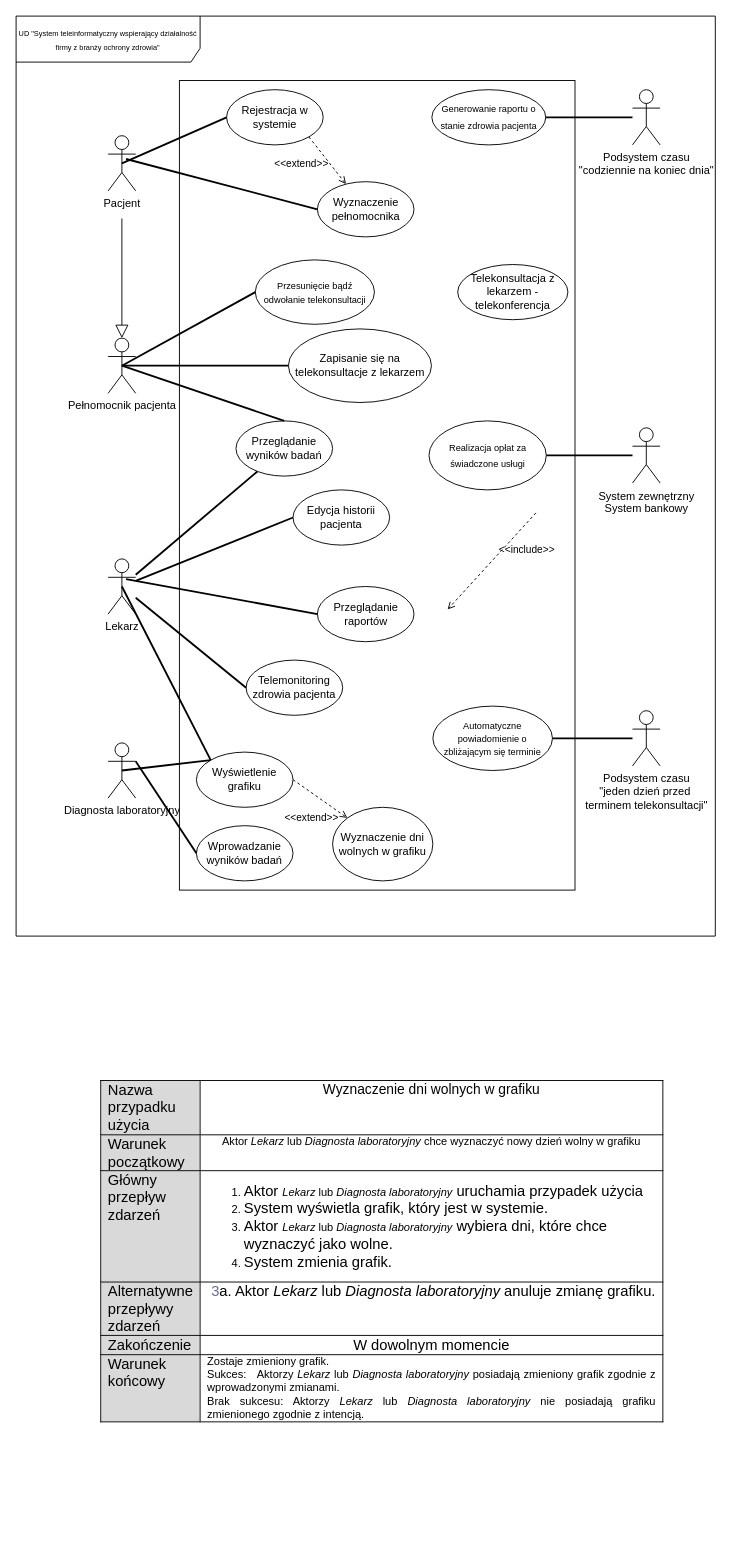
Earlier version of the draw.io diagram du_mateusz_nowacki_z1_2024.drawio (mateusz-nowacki/uml-projects). Source tidied: cells renumbered, new cells numbered last; positions are measured from the earlier drawing's top-left corner, leaving out a move shared by most shapes. Both pictures are drawn from the tidied source at 92%, with x=0, y=0 at pixel (16, 16).
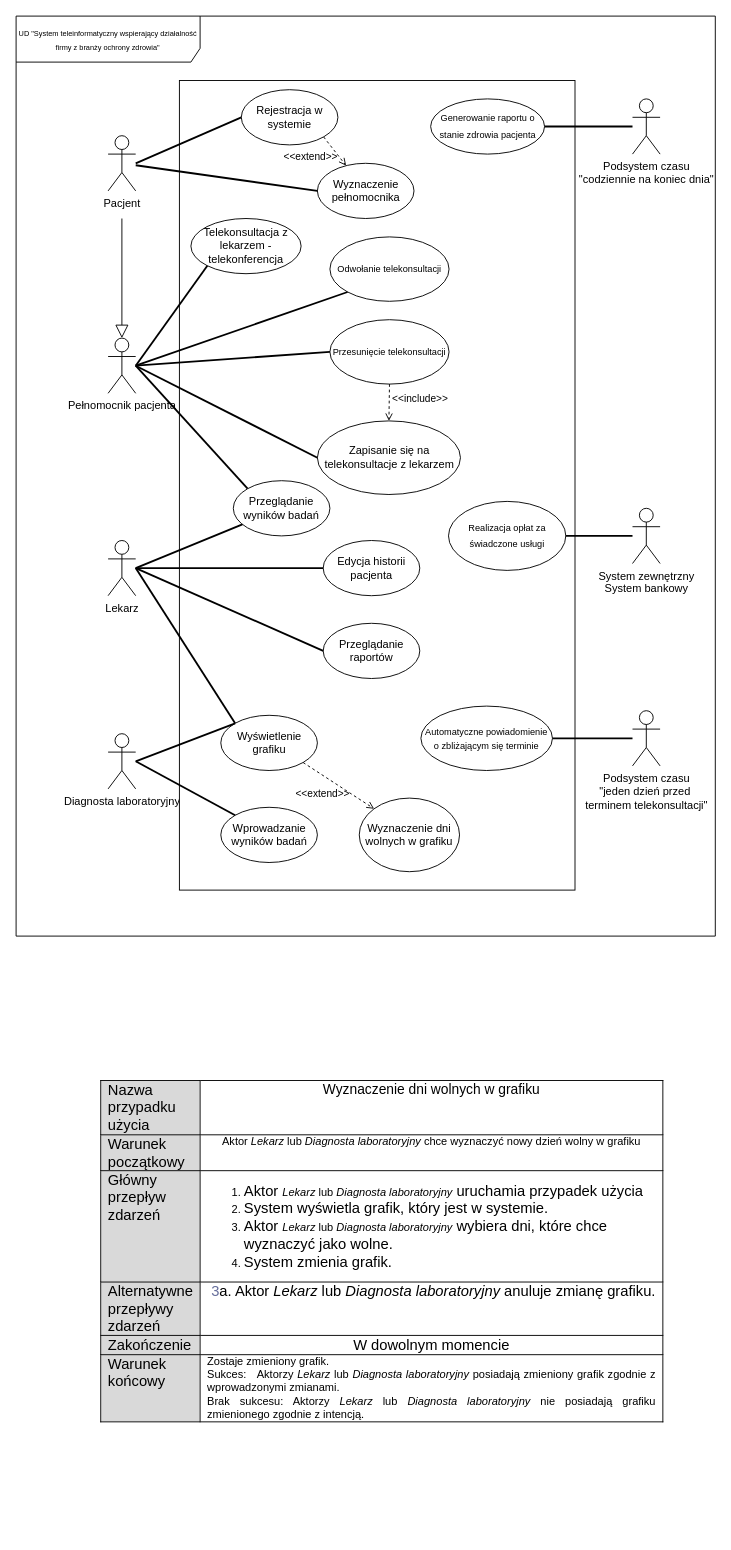
The same page after the edit.

Unchanged cells that the change refers to:
```xml
<mxCell id="2" value="&lt;font style=&quot;font-size: 8px;&quot;&gt;UD &quot;System teleinformatyczny wspierający działalność firmy z branży ochrony zdrowia&quot;&lt;/font&gt;" style="shape=umlFrame;whiteSpace=wrap;html=1;width=200;height=50;align=center;" parent="1" vertex="1">
  <mxGeometry width="760" height="1000" as="geometry" />
</mxCell>
<mxCell id="3" value="Pełnomocnik pacjenta" style="shape=umlActor;verticalLabelPosition=bottom;verticalAlign=top;html=1;" parent="2" vertex="1">
  <mxGeometry x="100" y="350" width="30" height="60" as="geometry" />
</mxCell>
<mxCell id="8" value="Pacjent" style="shape=umlActor;verticalLabelPosition=bottom;verticalAlign=top;html=1;" parent="2" vertex="1">
  <mxGeometry x="100" y="130" width="30" height="60" as="geometry" />
</mxCell>
```

The edit, as a diff of the source:
```diff
@@
     <mxCell id="4" value="Lekarz" style="shape=umlActor;verticalLabelPosition=bottom;verticalAlign=top;html=1;" parent="2" vertex="1">
-      <mxGeometry x="100" y="590" width="30" height="60" as="geometry" />
+      <mxGeometry x="100" y="570" width="30" height="60" as="geometry" />
     </mxCell>
     <mxCell id="5" value="System zewnętrzny&lt;br&gt;System bankowy" style="shape=umlActor;verticalLabelPosition=bottom;verticalAlign=top;html=1;" parent="2" vertex="1">
-      <mxGeometry x="670" y="447.5" width="30" height="60" as="geometry" />
+      <mxGeometry x="670" y="535" width="30" height="60" as="geometry" />
     </mxCell>
@@
     <mxCell id="7" value="Diagnosta laboratoryjny" style="shape=umlActor;verticalLabelPosition=bottom;verticalAlign=top;html=1;" parent="2" vertex="1">
-      <mxGeometry x="100" y="790" width="30" height="60" as="geometry" />
+      <mxGeometry x="100" y="780" width="30" height="60" as="geometry" />
     </mxCell>
@@
     <mxCell id="10" value="&lt;font size=&quot;1&quot;&gt;Automatyczne powiadomienie o zbliżającym się terminie&lt;/font&gt;" style="ellipse;whiteSpace=wrap;html=1;" parent="2" vertex="1">
-      <mxGeometry x="453" y="750" width="130" height="70" as="geometry" />
+      <mxGeometry x="440" y="750" width="143" height="70" as="geometry" />
     </mxCell>
@@
-    <mxCell id="12" value="Telemonitoring zdrowia pacjenta" style="ellipse;whiteSpace=wrap;html=1;" parent="2" vertex="1">
-      <mxGeometry x="250" y="700" width="105" height="60" as="geometry" />
-    </mxCell>
     <mxCell id="13" value="Wprowadzanie wyników badań" style="ellipse;whiteSpace=wrap;html=1;" parent="2" vertex="1">
-      <mxGeometry x="196" y="880" width="105" height="60" as="geometry" />
+      <mxGeometry x="222.5" y="860" width="105" height="60" as="geometry" />
     </mxCell>
     <mxCell id="14" value="Wyznaczenie pełnomocnika" style="ellipse;whiteSpace=wrap;html=1;" parent="2" vertex="1">
-      <mxGeometry x="327.5" y="180" width="105" height="60" as="geometry" />
+      <mxGeometry x="327.5" y="160" width="105" height="60" as="geometry" />
     </mxCell>
     <mxCell id="15" value="Przeglądanie raportów" style="ellipse;whiteSpace=wrap;html=1;" parent="2" vertex="1">
-      <mxGeometry x="327.5" y="620" width="105" height="60" as="geometry" />
+      <mxGeometry x="333.8" y="660" width="105" height="60" as="geometry" />
     </mxCell>
-    <mxCell id="16" style="endArrow=none;startArrow=none;endFill=0;startFill=0;endSize=8;html=1;verticalAlign=bottom;labelBackgroundColor=none;strokeWidth=2;rounded=0;entryX=0;entryY=0.5;entryDx=0;entryDy=0;exitX=0.65;exitY=0.367;exitDx=0;exitDy=0;exitPerimeter=0;" parent="2" edge="1" source="4" target="15">
-      <mxGeometry relative="1" as="geometry" />
+    <mxCell id="16" style="endArrow=none;startArrow=none;endFill=0;startFill=0;endSize=8;html=1;verticalAlign=bottom;labelBackgroundColor=none;strokeWidth=2;rounded=0;entryX=0;entryY=0.5;entryDx=0;entryDy=0;" parent="2" edge="1" target="15">
+      <mxGeometry relative="1" as="geometry">
+        <mxPoint x="130" y="600" as="sourcePoint" />
+      </mxGeometry>
     </mxCell>
     <mxCell id="17" value="Wyznaczenie dni wolnych w grafiku" style="ellipse;whiteSpace=wrap;html=1;" parent="2" vertex="1">
-      <mxGeometry x="344" y="860" width="109" height="80" as="geometry" />
+      <mxGeometry x="373" y="850" width="109" height="80" as="geometry" />
     </mxCell>
     <mxCell id="18" value="Wyświetlenie grafiku" style="ellipse;whiteSpace=wrap;html=1;" parent="2" vertex="1">
-      <mxGeometry x="196" y="800" width="105" height="60" as="geometry" />
+      <mxGeometry x="222.5" y="760" width="105" height="60" as="geometry" />
     </mxCell>
     <mxCell id="19" value="Edycja historii pacjenta" style="ellipse;whiteSpace=wrap;html=1;" parent="2" vertex="1">
-      <mxGeometry x="301" y="515" width="105" height="60" as="geometry" />
+      <mxGeometry x="333.8" y="570" width="105" height="60" as="geometry" />
     </mxCell>
     <mxCell id="20" value="&lt;span style=&quot;text-align: start;&quot;&gt;&lt;font style=&quot;font-size: 10px;&quot; face=&quot;Helvetica&quot;&gt;Realizacja opłat za świadczone usługi&lt;/font&gt;&lt;/span&gt;&lt;span style=&quot;font-family: -webkit-standard; font-size: medium; text-align: start;&quot;&gt;&lt;/span&gt;" style="ellipse;whiteSpace=wrap;html=1;" parent="2" vertex="1">
-      <mxGeometry x="448.8" y="440" width="127.5" height="75" as="geometry" />
+      <mxGeometry x="470" y="527.5" width="127.5" height="75" as="geometry" />
     </mxCell>
@@
     <mxCell id="22" value="Przeglądanie wyników badań" style="ellipse;whiteSpace=wrap;html=1;" parent="2" vertex="1">
-      <mxGeometry x="239" y="440" width="105" height="60" as="geometry" />
+      <mxGeometry x="236.1" y="505" width="105" height="60" as="geometry" />
     </mxCell>
-    <mxCell id="23" style="endArrow=none;startArrow=none;endFill=0;startFill=0;endSize=8;html=1;verticalAlign=bottom;labelBackgroundColor=none;strokeWidth=2;rounded=0;entryX=0;entryY=0;entryDx=0;entryDy=0;exitX=0.5;exitY=0.5;exitDx=0;exitDy=0;exitPerimeter=0;" parent="2" edge="1" source="4" target="18">
-      <mxGeometry relative="1" as="geometry" />
+    <mxCell id="23" style="endArrow=none;startArrow=none;endFill=0;startFill=0;endSize=8;html=1;verticalAlign=bottom;labelBackgroundColor=none;strokeWidth=2;rounded=0;entryX=0;entryY=0;entryDx=0;entryDy=0;" parent="2" edge="1" target="18">
+      <mxGeometry relative="1" as="geometry">
+        <mxPoint x="130" y="600" as="sourcePoint" />
+      </mxGeometry>
     </mxCell>
@@
-    <mxCell id="25" style="endArrow=none;startArrow=none;endFill=0;startFill=0;endSize=8;html=1;verticalAlign=bottom;labelBackgroundColor=none;strokeWidth=2;rounded=0;entryX=0;entryY=0.5;entryDx=0;entryDy=0;exitX=1;exitY=0.3333333333333333;exitDx=0;exitDy=0;exitPerimeter=0;" parent="2" edge="1" source="7" target="13">
-      <mxGeometry relative="1" as="geometry" />
+    <mxCell id="25" style="endArrow=none;startArrow=none;endFill=0;startFill=0;endSize=8;html=1;verticalAlign=bottom;labelBackgroundColor=none;strokeWidth=2;rounded=0;entryX=0;entryY=0;entryDx=0;entryDy=0;" parent="2" edge="1" target="13">
+      <mxGeometry relative="1" as="geometry">
+        <mxPoint x="130" y="810" as="sourcePoint" />
+      </mxGeometry>
     </mxCell>
-    <mxCell id="26" value="&amp;lt;&amp;lt;extend&amp;gt;&amp;gt;" style="html=1;verticalAlign=bottom;labelBackgroundColor=none;endArrow=open;endFill=0;dashed=1;rounded=0;exitX=1;exitY=0.5;exitDx=0;exitDy=0;entryX=0;entryY=0;entryDx=0;entryDy=0;" parent="2" edge="1" source="18" target="17">
-      <mxGeometry x="0.24" y="-29" relative="1" as="geometry" />
+    <mxCell id="26" value="&amp;lt;&amp;lt;extend&amp;gt;&amp;gt;" style="html=1;verticalAlign=bottom;labelBackgroundColor=none;endArrow=open;endFill=0;dashed=1;rounded=0;exitX=1;exitY=1;exitDx=0;exitDy=0;entryX=0;entryY=0;entryDx=0;entryDy=0;" parent="2" edge="1" source="18" target="17">
+      <mxGeometry x="-0.1" y="-24" relative="1" as="geometry" />
     </mxCell>
-    <mxCell id="27" style="endArrow=none;startArrow=none;endFill=0;startFill=0;endSize=8;html=1;verticalAlign=bottom;labelBackgroundColor=none;strokeWidth=2;rounded=0;exitX=0;exitY=0.5;exitDx=0;exitDy=0;" parent="2" edge="1" source="12" target="4">
-      <mxGeometry relative="1" as="geometry" />
-    </mxCell>
-    <mxCell id="28" value="&amp;lt;&amp;lt;include&amp;gt;&amp;gt;" style="html=1;verticalAlign=bottom;labelBackgroundColor=none;endArrow=open;endFill=0;dashed=1;rounded=0;entryX=0.5;entryY=0;entryDx=0;entryDy=0;exitX=0.5;exitY=1;exitDx=0;exitDy=0;" parent="2" edge="1">
-      <mxGeometry x="-0.4" y="26" relative="1" as="geometry">
-        <mxPoint x="565" y="540" as="sourcePoint" />
-        <mxPoint x="469" y="645" as="targetPoint" />
-      </mxGeometry>
+    <mxCell id="28" value="&amp;lt;&amp;lt;include&amp;gt;&amp;gt;" style="html=1;verticalAlign=bottom;labelBackgroundColor=none;endArrow=open;endFill=0;dashed=1;rounded=0;entryX=0.5;entryY=0;entryDx=0;entryDy=0;exitX=0.5;exitY=1;exitDx=0;exitDy=0;" parent="2" edge="1" source="34" target="39">
+      <mxGeometry x="0.18" y="34" relative="1" as="geometry" />
     </mxCell>
@@
     <mxCell id="30" value="&lt;font style=&quot;font-size: 12px;&quot;&gt;Podsystem&lt;font style=&quot;font-size: 12px;&quot;&gt; czasu&lt;/font&gt;&lt;/font&gt;&lt;div&gt;&lt;font style=&quot;font-size: 12px;&quot;&gt;&lt;font style=&quot;font-size: 12px;&quot;&gt;&quot;codziennie na koniec dnia&quot;&lt;/font&gt;&lt;/font&gt;&lt;/div&gt;" style="shape=umlActor;verticalLabelPosition=bottom;verticalAlign=top;html=1;" parent="2" vertex="1">
-      <mxGeometry x="670" y="80" width="30" height="60" as="geometry" />
+      <mxGeometry x="670" y="90" width="30" height="60" as="geometry" />
     </mxCell>
     <mxCell id="31" value="&lt;font size=&quot;1&quot;&gt;Generowanie raportu o stanie zdrowia pacjenta&lt;/font&gt;&lt;span style=&quot;font-family: -webkit-standard; font-size: medium; text-align: start;&quot;&gt;&lt;/span&gt;" style="ellipse;whiteSpace=wrap;html=1;" parent="2" vertex="1">
-      <mxGeometry x="451.9" y="80" width="123.8" height="60" as="geometry" />
+      <mxGeometry x="450.6" y="90" width="123.8" height="60" as="geometry" />
     </mxCell>
@@
-    <mxCell id="33" style="endArrow=none;startArrow=none;endFill=0;startFill=0;endSize=8;html=1;verticalAlign=bottom;labelBackgroundColor=none;strokeWidth=2;rounded=0;" parent="2" edge="1" source="4" target="22">
-      <mxGeometry relative="1" as="geometry" />
+    <mxCell id="33" style="endArrow=none;startArrow=none;endFill=0;startFill=0;endSize=8;html=1;verticalAlign=bottom;labelBackgroundColor=none;strokeWidth=2;rounded=0;" parent="2" edge="1" target="22">
+      <mxGeometry relative="1" as="geometry">
+        <mxPoint x="130" y="600" as="sourcePoint" />
+      </mxGeometry>
     </mxCell>
-    <mxCell id="34" value="&lt;font size=&quot;1&quot;&gt;Przesunięcie bądź odwołanie telekonsultacji&lt;/font&gt;" style="ellipse;whiteSpace=wrap;html=1;" parent="2" vertex="1">
-      <mxGeometry x="260" y="265" width="129.5" height="70" as="geometry" />
+    <mxCell id="34" value="&lt;font size=&quot;1&quot;&gt;Przesunięcie telekonsultacji&lt;/font&gt;" style="ellipse;whiteSpace=wrap;html=1;" parent="2" vertex="1">
+      <mxGeometry x="341.1" y="330" width="129.5" height="70" as="geometry" />
     </mxCell>
     <mxCell id="35" value="Rejestracja w systemie" style="ellipse;whiteSpace=wrap;html=1;" parent="2" vertex="1">
-      <mxGeometry x="228.8" y="80" width="105" height="60" as="geometry" />
+      <mxGeometry x="244.8" y="80" width="105" height="60" as="geometry" />
     </mxCell>
-    <mxCell id="36" style="endArrow=none;startArrow=none;endFill=0;startFill=0;endSize=8;html=1;verticalAlign=bottom;labelBackgroundColor=none;strokeWidth=2;rounded=0;entryX=0;entryY=0.5;entryDx=0;entryDy=0;exitX=0.5;exitY=0.5;exitDx=0;exitDy=0;exitPerimeter=0;" parent="2" edge="1" source="8" target="35">
-      <mxGeometry relative="1" as="geometry" />
+    <mxCell id="36" style="endArrow=none;startArrow=none;endFill=0;startFill=0;endSize=8;html=1;verticalAlign=bottom;labelBackgroundColor=none;strokeWidth=2;rounded=0;entryX=0;entryY=0.5;entryDx=0;entryDy=0;" parent="2" edge="1" target="35">
+      <mxGeometry relative="1" as="geometry">
+        <mxPoint x="130" y="160" as="sourcePoint" />
+      </mxGeometry>
     </mxCell>
@@
     <mxCell id="39" value="Zapisanie się na telekonsultacje z lekarzem" style="ellipse;whiteSpace=wrap;html=1;" parent="2" vertex="1">
-      <mxGeometry x="296" y="340" width="155.5" height="80" as="geometry" />
+      <mxGeometry x="327.5" y="440" width="155.5" height="80" as="geometry" />
     </mxCell>
     <mxCell id="40" value="Telekonsultacja z lekarzem - telekonferencja" style="ellipse;whiteSpace=wrap;html=1;" parent="2" vertex="1">
-      <mxGeometry x="480" y="270" width="119.8" height="60" as="geometry" />
+      <mxGeometry x="190" y="220" width="119.8" height="60" as="geometry" />
     </mxCell>
-    <mxCell id="41" style="endArrow=none;startArrow=none;endFill=0;startFill=0;endSize=8;html=1;verticalAlign=bottom;labelBackgroundColor=none;strokeWidth=2;rounded=0;entryX=0.5;entryY=0;entryDx=0;entryDy=0;exitX=0.5;exitY=0.5;exitDx=0;exitDy=0;exitPerimeter=0;" parent="2" edge="1" source="3" target="22">
-      <mxGeometry relative="1" as="geometry" />
+    <mxCell id="41" style="endArrow=none;startArrow=none;endFill=0;startFill=0;endSize=8;html=1;verticalAlign=bottom;labelBackgroundColor=none;strokeWidth=2;rounded=0;entryX=0;entryY=0;entryDx=0;entryDy=0;" parent="2" edge="1" target="22">
+      <mxGeometry relative="1" as="geometry">
+        <mxPoint x="130" y="380" as="sourcePoint" />
+      </mxGeometry>
     </mxCell>
-    <mxCell id="42" style="endArrow=none;startArrow=none;endFill=0;startFill=0;endSize=8;html=1;verticalAlign=bottom;labelBackgroundColor=none;strokeWidth=2;rounded=0;entryX=0;entryY=0;entryDx=0;entryDy=0;exitX=0.5;exitY=0.5;exitDx=0;exitDy=0;exitPerimeter=0;" parent="2" edge="1" source="7" target="18">
-      <mxGeometry relative="1" as="geometry" />
+    <mxCell id="42" style="endArrow=none;startArrow=none;endFill=0;startFill=0;endSize=8;html=1;verticalAlign=bottom;labelBackgroundColor=none;strokeWidth=2;rounded=0;entryX=0;entryY=0;entryDx=0;entryDy=0;" parent="2" edge="1" target="18">
+      <mxGeometry relative="1" as="geometry">
+        <mxPoint x="130" y="810" as="sourcePoint" />
+      </mxGeometry>
     </mxCell>
-    <mxCell id="43" style="endArrow=none;startArrow=none;endFill=0;startFill=0;endSize=8;html=1;verticalAlign=bottom;labelBackgroundColor=none;strokeWidth=2;rounded=0;entryX=0;entryY=0.5;entryDx=0;entryDy=0;exitX=0.65;exitY=0.422;exitDx=0;exitDy=0;exitPerimeter=0;" parent="2" edge="1" source="8" target="14">
+    <mxCell id="43" style="endArrow=none;startArrow=none;endFill=0;startFill=0;endSize=8;html=1;verticalAlign=bottom;labelBackgroundColor=none;strokeWidth=2;rounded=0;entryX=0;entryY=0.5;entryDx=0;entryDy=0;" parent="2" edge="1" source="8" target="14">
       <mxGeometry relative="1" as="geometry" />
     </mxCell>
-    <mxCell id="44" style="endArrow=none;startArrow=none;endFill=0;startFill=0;endSize=8;html=1;verticalAlign=bottom;labelBackgroundColor=none;strokeWidth=2;rounded=0;entryX=0;entryY=0.5;entryDx=0;entryDy=0;exitX=0.5;exitY=0.5;exitDx=0;exitDy=0;exitPerimeter=0;" parent="2" edge="1" source="3" target="34">
-      <mxGeometry relative="1" as="geometry" />
+    <mxCell id="44" style="endArrow=none;startArrow=none;endFill=0;startFill=0;endSize=8;html=1;verticalAlign=bottom;labelBackgroundColor=none;strokeWidth=2;rounded=0;entryX=0;entryY=0.5;entryDx=0;entryDy=0;" parent="2" edge="1" target="34">
+      <mxGeometry relative="1" as="geometry">
+        <mxPoint x="130" y="380" as="sourcePoint" />
+      </mxGeometry>
     </mxCell>
-    <mxCell id="45" style="endArrow=none;startArrow=none;endFill=0;startFill=0;endSize=8;html=1;verticalAlign=bottom;labelBackgroundColor=none;strokeWidth=2;rounded=0;entryX=0;entryY=0.5;entryDx=0;entryDy=0;exitX=0.5;exitY=0.5;exitDx=0;exitDy=0;exitPerimeter=0;" parent="2" edge="1" source="3" target="39">
-      <mxGeometry relative="1" as="geometry" />
+    <mxCell id="45" style="endArrow=none;startArrow=none;endFill=0;startFill=0;endSize=8;html=1;verticalAlign=bottom;labelBackgroundColor=none;strokeWidth=2;rounded=0;entryX=0;entryY=0.5;entryDx=0;entryDy=0;" parent="2" edge="1" target="39">
+      <mxGeometry relative="1" as="geometry">
+        <mxPoint x="130" y="380" as="sourcePoint" />
+      </mxGeometry>
     </mxCell>
+    <mxCell id="47" style="endArrow=none;startArrow=none;endFill=0;startFill=0;endSize=8;html=1;verticalAlign=bottom;labelBackgroundColor=none;strokeWidth=2;rounded=0;entryX=0;entryY=1;entryDx=0;entryDy=0;" parent="2" edge="1" target="40">
+      <mxGeometry relative="1" as="geometry">
+        <mxPoint x="130" y="380" as="sourcePoint" />
+      </mxGeometry>
+    </mxCell>
+    <mxCell id="48" value="&lt;font size=&quot;1&quot;&gt;Odwołanie telekonsultacji&lt;/font&gt;" style="ellipse;whiteSpace=wrap;html=1;" parent="2" vertex="1">
+      <mxGeometry x="341.1" y="240" width="129.5" height="70" as="geometry" />
+    </mxCell>
@@
+    <mxCell id="49" style="endArrow=none;startArrow=none;endFill=0;startFill=0;endSize=8;html=1;verticalAlign=bottom;labelBackgroundColor=none;strokeWidth=2;rounded=0;entryX=0;entryY=1;entryDx=0;entryDy=0;" parent="1" edge="1" target="48">
+      <mxGeometry relative="1" as="geometry">
+        <mxPoint x="130" y="380" as="sourcePoint" />
+      </mxGeometry>
+    </mxCell>
```
